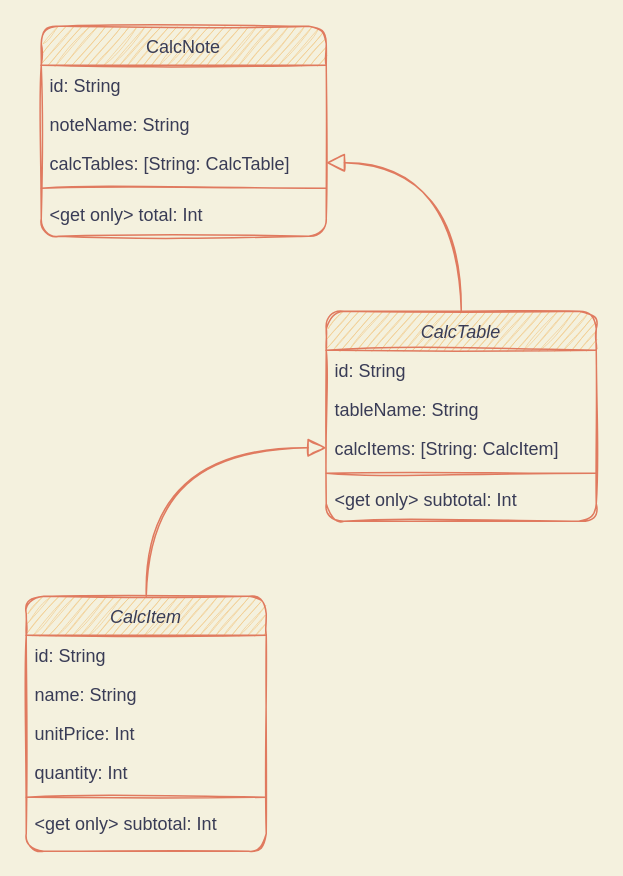
Before: UML_for_SumCalculator.drawio in terry-private/SumCalculator, a draw.io diagram. Source tidied: cells renumbered, new cells numbered last; positions are measured from the earlier drawing's top-left corner, leaving out a move shared by most shapes. Both pictures are drawn from the tidied source at 150%, with x=0, y=0 at pixel (26, 26).
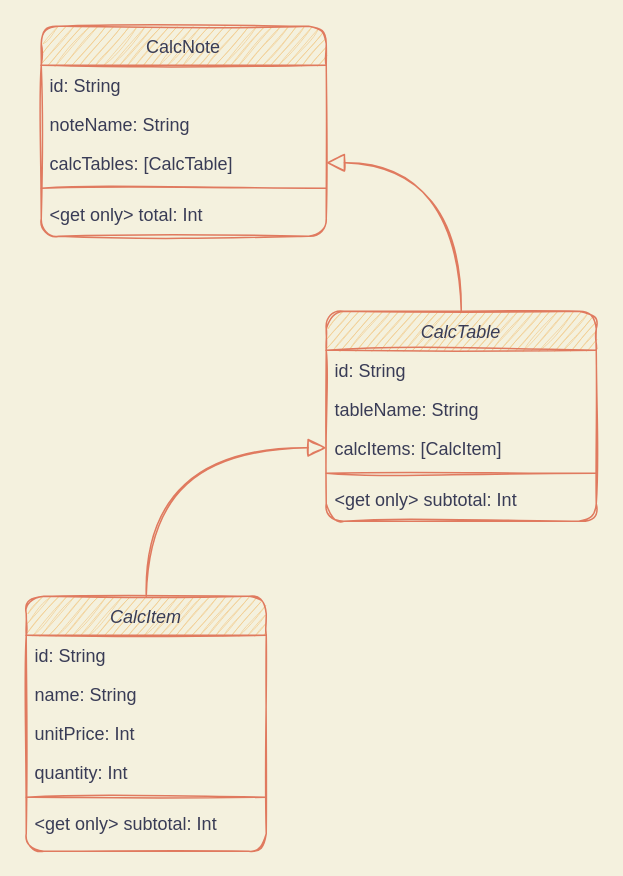
The same page after the edit.

Commit message (it also covers changes not shown here):
add struct CalcItem CalcItemを作りました。

The change refers to these unchanged cells:
```xml
<mxCell id="2" value="CalcTable" style="swimlane;fontStyle=2;align=center;verticalAlign=top;horizontal=1;startSize=26;shadow=0;strokeWidth=1;fillColor=#F2CC8F;strokeColor=#E07A5F;fontColor=#393C56;sketch=1;rounded=1;" parent="1" vertex="1">
  <mxGeometry x="200" y="190" width="180" height="140" as="geometry" />
</mxCell>
<mxCell id="16" value="CalcNote" style="swimlane;fontStyle=0;align=center;verticalAlign=top;horizontal=1;startSize=26;shadow=0;strokeWidth=1;fillColor=#F2CC8F;strokeColor=#E07A5F;fontColor=#393C56;sketch=1;rounded=1;" parent="1" vertex="1">
  <mxGeometry x="10" width="190" height="140" as="geometry" />
</mxCell>
```

What changed in the source:
```diff
@@
-    <mxCell id="5" value="calcItems: [String: CalcItem]" style="text;align=left;verticalAlign=top;spacingLeft=4;spacingRight=4;overflow=hidden;points=[[0,0.5],[1,0.5]];portConstraint=eastwest;shadow=0;html=0;fontColor=#393C56;sketch=1;rounded=1;" parent="2" vertex="1">
+    <mxCell id="5" value="calcItems: [CalcItem]" style="text;align=left;verticalAlign=top;spacingLeft=4;spacingRight=4;overflow=hidden;points=[[0,0.5],[1,0.5]];portConstraint=eastwest;shadow=0;html=0;fontColor=#393C56;sketch=1;rounded=1;" parent="2" vertex="1">
       <mxGeometry y="78" width="180" height="26" as="geometry" />
     </mxCell>
@@
-    <mxCell id="19" value="calcTables: [String: CalcTable]" style="text;align=left;verticalAlign=top;spacingLeft=4;spacingRight=4;overflow=hidden;points=[[0,0.5],[1,0.5]];portConstraint=eastwest;fontColor=#393C56;sketch=1;rounded=1;" parent="16" vertex="1">
+    <mxCell id="19" value="calcTables: [CalcTable]" style="text;align=left;verticalAlign=top;spacingLeft=4;spacingRight=4;overflow=hidden;points=[[0,0.5],[1,0.5]];portConstraint=eastwest;fontColor=#393C56;sketch=1;rounded=1;" parent="16" vertex="1">
       <mxGeometry y="78" width="190" height="26" as="geometry" />
     </mxCell>
```
